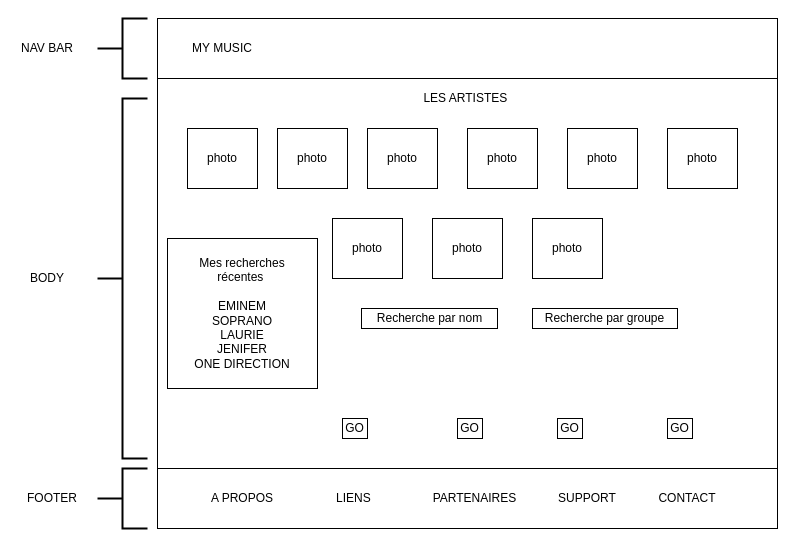
Before: script/Untitled Diagram.drawio in AminaAMMOURI/MyMusic, a draw.io diagram. Source tidied: cells renumbered, new cells numbered last; positions are measured from the earlier drawing's top-left corner, leaving out a move shared by most shapes. Both pictures are drawn from the tidied source at 100%, with x=0, y=0 at pixel (17, 18).
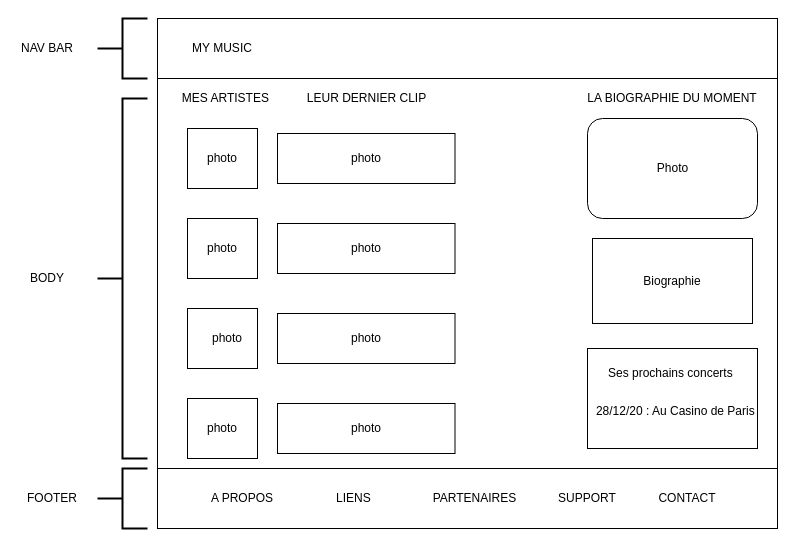
Above is the later version.

The edit, as a diff of the source:
```diff
@@
-    <mxCell id="5" value="LES ARTISTES&amp;nbsp;" style="text;html=1;strokeColor=none;fillColor=none;align=center;verticalAlign=middle;whiteSpace=wrap;rounded=0;" parent="1" vertex="1">
-      <mxGeometry x="385" y="70" width="130" height="20" as="geometry" />
+    <mxCell id="5" value="MES ARTISTES&amp;nbsp;" style="text;html=1;strokeColor=none;fillColor=none;align=center;verticalAlign=middle;whiteSpace=wrap;rounded=0;" parent="1" vertex="1">
+      <mxGeometry x="145" y="70" width="130" height="20" as="geometry" />
     </mxCell>
@@
     <mxCell id="7" value="&lt;span&gt;photo&lt;/span&gt;" style="rounded=0;whiteSpace=wrap;html=1;" parent="1" vertex="1">
-      <mxGeometry x="260" y="110" width="70" height="60" as="geometry" />
+      <mxGeometry x="170" y="200" width="70" height="60" as="geometry" />
     </mxCell>
-    <mxCell id="8" value="&lt;span&gt;photo&lt;/span&gt;" style="rounded=0;whiteSpace=wrap;html=1;" parent="1" vertex="1">
-      <mxGeometry x="515" y="200" width="70" height="60" as="geometry" />
-    </mxCell>
-    <mxCell id="9" value="&lt;span&gt;photo&lt;/span&gt;" style="rounded=0;whiteSpace=wrap;html=1;" parent="1" vertex="1">
-      <mxGeometry x="415" y="200" width="70" height="60" as="geometry" />
-    </mxCell>
     <mxCell id="10" value="&lt;span&gt;photo&lt;/span&gt;" style="rounded=0;whiteSpace=wrap;html=1;" parent="1" vertex="1">
-      <mxGeometry x="315" y="200" width="70" height="60" as="geometry" />
+      <mxGeometry x="170" y="380" width="70" height="60" as="geometry" />
     </mxCell>
     <mxCell id="11" style="rounded=0;whiteSpace=wrap;html=1;" parent="1" vertex="1">
-      <mxGeometry x="350" y="110" width="70" height="60" as="geometry" />
+      <mxGeometry x="170" y="290" width="70" height="60" as="geometry" />
     </mxCell>
     <mxCell id="12" value="&lt;span&gt;photo&lt;/span&gt;" style="rounded=0;whiteSpace=wrap;html=1;" parent="1" vertex="1">
-      <mxGeometry x="450" y="110" width="70" height="60" as="geometry" />
+      <mxGeometry x="260" y="115" width="177.5" height="50" as="geometry" />
     </mxCell>
-    <mxCell id="13" value="&lt;span&gt;photo&lt;/span&gt;" style="rounded=0;whiteSpace=wrap;html=1;" parent="1" vertex="1">
-      <mxGeometry x="550" y="110" width="70" height="60" as="geometry" />
-    </mxCell>
-    <mxCell id="14" value="&lt;span&gt;photo&lt;/span&gt;" style="rounded=0;whiteSpace=wrap;html=1;" parent="1" vertex="1">
-      <mxGeometry x="650" y="110" width="70" height="60" as="geometry" />
-    </mxCell>
     <mxCell id="15" value="photo" style="text;html=1;strokeColor=none;fillColor=none;align=center;verticalAlign=middle;whiteSpace=wrap;rounded=0;" parent="1" vertex="1">
-      <mxGeometry x="365" y="125" width="40" height="30" as="geometry" />
+      <mxGeometry x="190" y="305" width="40" height="30" as="geometry" />
     </mxCell>
-    <mxCell id="16" style="whiteSpace=wrap;html=1;" parent="1" vertex="1">
-      <mxGeometry x="150" y="220" width="150" height="150" as="geometry" />
-    </mxCell>
-    <mxCell id="17" value="Mes recherches récentes&amp;nbsp;&lt;br&gt;&lt;br&gt;EMINEM&lt;br&gt;SOPRANO&lt;br&gt;LAURIE&lt;br&gt;JENIFER&lt;br&gt;ONE DIRECTION&lt;br&gt;" style="text;html=1;strokeColor=none;fillColor=none;align=center;verticalAlign=middle;whiteSpace=wrap;rounded=0;" parent="1" vertex="1">
-      <mxGeometry x="160" y="230" width="130" height="130" as="geometry" />
-    </mxCell>
-    <mxCell id="18" style="rounded=0;whiteSpace=wrap;html=1;" parent="1" vertex="1">
-      <mxGeometry x="344" y="290" width="136" height="20" as="geometry" />
-    </mxCell>
-    <mxCell id="19" style="rounded=0;whiteSpace=wrap;html=1;" parent="1" vertex="1">
-      <mxGeometry x="515" y="290" width="145" height="20" as="geometry" />
-    </mxCell>
-    <mxCell id="20" value="Recherche par nom" style="text;html=1;strokeColor=none;fillColor=none;align=center;verticalAlign=middle;whiteSpace=wrap;rounded=0;" parent="1" vertex="1">
-      <mxGeometry x="341.5" y="290" width="141" height="20" as="geometry" />
-    </mxCell>
-    <mxCell id="21" value="Recherche par groupe" style="text;html=1;strokeColor=none;fillColor=none;align=center;verticalAlign=middle;whiteSpace=wrap;rounded=0;" parent="1" vertex="1">
-      <mxGeometry x="526.2" y="290" width="122.5" height="20" as="geometry" />
-    </mxCell>
-    <mxCell id="22" style="rounded=0;whiteSpace=wrap;html=1;" parent="1" vertex="1">
-      <mxGeometry x="325" y="400" width="25" height="20" as="geometry" />
-    </mxCell>
-    <mxCell id="23" value="GO" style="text;html=1;strokeColor=none;fillColor=none;align=center;verticalAlign=middle;whiteSpace=wrap;rounded=0;" parent="1" vertex="1">
-      <mxGeometry x="320" y="400" width="35" height="20" as="geometry" />
-    </mxCell>
-    <mxCell id="24" style="rounded=0;whiteSpace=wrap;html=1;" parent="1" vertex="1">
-      <mxGeometry x="440" y="400" width="25" height="20" as="geometry" />
-    </mxCell>
-    <mxCell id="25" style="rounded=0;whiteSpace=wrap;html=1;" parent="1" vertex="1">
-      <mxGeometry x="540" y="400" width="25" height="20" as="geometry" />
-    </mxCell>
-    <mxCell id="26" style="rounded=0;whiteSpace=wrap;html=1;" parent="1" vertex="1">
-      <mxGeometry x="650" y="400" width="25" height="20" as="geometry" />
-    </mxCell>
-    <mxCell id="27" value="GO" style="text;html=1;strokeColor=none;fillColor=none;align=center;verticalAlign=middle;whiteSpace=wrap;rounded=0;" parent="1" vertex="1">
-      <mxGeometry x="435" y="400" width="35" height="20" as="geometry" />
-    </mxCell>
-    <mxCell id="28" value="GO" style="text;html=1;strokeColor=none;fillColor=none;align=center;verticalAlign=middle;whiteSpace=wrap;rounded=0;" parent="1" vertex="1">
-      <mxGeometry x="645" y="400" width="35" height="20" as="geometry" />
-    </mxCell>
-    <mxCell id="29" value="GO" style="text;html=1;strokeColor=none;fillColor=none;align=center;verticalAlign=middle;whiteSpace=wrap;rounded=0;" parent="1" vertex="1">
-      <mxGeometry x="535" y="400" width="35" height="20" as="geometry" />
-    </mxCell>
@@
+    <mxCell id="42" value="&lt;span&gt;photo&lt;/span&gt;" style="rounded=0;whiteSpace=wrap;html=1;" parent="1" vertex="1">
+      <mxGeometry x="260" y="385" width="177.5" height="50" as="geometry" />
+    </mxCell>
+    <mxCell id="43" value="&lt;span&gt;photo&lt;/span&gt;" style="rounded=0;whiteSpace=wrap;html=1;" parent="1" vertex="1">
+      <mxGeometry x="260" y="295" width="177.5" height="50" as="geometry" />
+    </mxCell>
+    <mxCell id="44" value="&lt;span&gt;photo&lt;/span&gt;" style="rounded=0;whiteSpace=wrap;html=1;" parent="1" vertex="1">
+      <mxGeometry x="260" y="205" width="177.5" height="50" as="geometry" />
+    </mxCell>
+    <mxCell id="45" value="LEUR DERNIER CLIP" style="text;html=1;strokeColor=none;fillColor=none;align=center;verticalAlign=middle;whiteSpace=wrap;rounded=0;" parent="1" vertex="1">
+      <mxGeometry x="269" y="70" width="161" height="20" as="geometry" />
+    </mxCell>
+    <mxCell id="46" value="LA BIOGRAPHIE DU MOMENT" style="text;html=1;strokeColor=none;fillColor=none;align=center;verticalAlign=middle;whiteSpace=wrap;rounded=0;" parent="1" vertex="1">
+      <mxGeometry x="560" y="70" width="190" height="20" as="geometry" />
+    </mxCell>
+    <mxCell id="47" style="rounded=1;whiteSpace=wrap;html=1;" parent="1" vertex="1">
+      <mxGeometry x="570" y="100" width="170" height="100" as="geometry" />
+    </mxCell>
+    <mxCell id="48" value="Photo" style="text;html=1;strokeColor=none;fillColor=none;align=center;verticalAlign=middle;whiteSpace=wrap;rounded=0;" parent="1" vertex="1">
+      <mxGeometry x="617.5" y="130" width="75" height="40" as="geometry" />
+    </mxCell>
+    <mxCell id="49" style="rounded=0;whiteSpace=wrap;html=1;" parent="1" vertex="1">
+      <mxGeometry x="575" y="220" width="160" height="85" as="geometry" />
+    </mxCell>
+    <mxCell id="50" value="Biographie" style="text;html=1;strokeColor=none;fillColor=none;align=center;verticalAlign=middle;whiteSpace=wrap;rounded=0;" parent="1" vertex="1">
+      <mxGeometry x="635" y="252.5" width="40" height="20" as="geometry" />
+    </mxCell>
+    <mxCell id="51" style="rounded=0;whiteSpace=wrap;html=1;" parent="1" vertex="1">
+      <mxGeometry x="570" y="330" width="170" height="100" as="geometry" />
+    </mxCell>
+    <mxCell id="52" value="Ses prochains concerts&amp;nbsp;" style="text;html=1;strokeColor=none;fillColor=none;align=center;verticalAlign=middle;whiteSpace=wrap;rounded=0;" parent="1" vertex="1">
+      <mxGeometry x="585" y="345" width="140" height="20" as="geometry" />
+    </mxCell>
+    <mxCell id="53" value="28/12/20 : Au Casino de Paris&amp;nbsp;" style="text;html=1;strokeColor=none;fillColor=none;align=center;verticalAlign=middle;whiteSpace=wrap;rounded=0;" parent="1" vertex="1">
+      <mxGeometry x="575" y="355" width="170" height="75" as="geometry" />
+    </mxCell>
```
